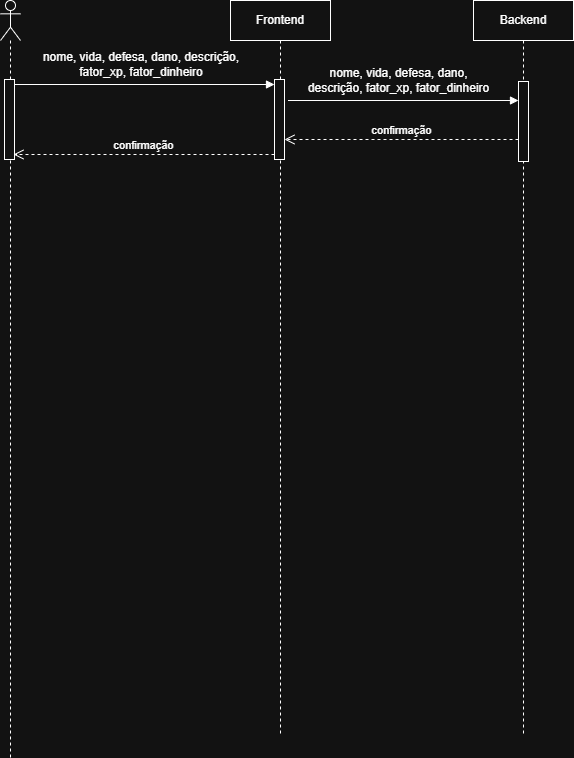
Earlier version of the draw.io export doc/diagramas/cadastro_de_inimigo.drawio.png (cp2-dc-info-projeto-final/safigames). Source tidied: cells renumbered, new cells last; positions are measured from the earlier drawing's top-left corner, leaving out a move shared by most shapes. Source of this version:
```xml
<mxGraphModel>
  <root>
    <mxCell id="0" />
    <mxCell id="1" parent="0" />
    <mxCell id="2" value="Frontend" style="shape=umlLifeline;perimeter=lifelinePerimeter;whiteSpace=wrap;html=1;newEdgeStyle={&quot;curved&quot;:0,&quot;rounded&quot;:0};" parent="1" vertex="1">
      <mxGeometry x="230" width="100" height="734" as="geometry" />
    </mxCell>
    <mxCell id="3" style="html=1;points=[[0,0,0,0,5],[0,1,0,0,-5],[1,0,0,0,5],[1,1,0,0,-5]];perimeter=orthogonalPerimeter;outlineConnect=0;targetShapes=umlLifeline;portConstraint=eastwest;newEdgeStyle={&quot;curved&quot;:0,&quot;rounded&quot;:0};" parent="2" vertex="1">
      <mxGeometry x="44" y="79" width="10" height="80" as="geometry" />
    </mxCell>
    <mxCell id="4" style="shape=umlLifeline;perimeter=lifelinePerimeter;whiteSpace=wrap;html=1;newEdgeStyle={&quot;curved&quot;:0,&quot;rounded&quot;:0};participant=umlActor;" parent="1" vertex="1">
      <mxGeometry width="20" height="757" as="geometry" />
    </mxCell>
    <mxCell id="5" style="html=1;points=[[0,0,0,0,5],[0,1,0,0,-5],[1,0,0,0,5],[1,1,0,0,-5]];perimeter=orthogonalPerimeter;outlineConnect=0;targetShapes=umlLifeline;portConstraint=eastwest;newEdgeStyle={&quot;curved&quot;:0,&quot;rounded&quot;:0};" parent="4" vertex="1">
      <mxGeometry x="4" y="79" width="10" height="80" as="geometry" />
    </mxCell>
    <mxCell id="6" value="Backend" style="shape=umlLifeline;perimeter=lifelinePerimeter;whiteSpace=wrap;html=1;newEdgeStyle={&quot;curved&quot;:0,&quot;rounded&quot;:0};" parent="1" vertex="1">
      <mxGeometry x="473" width="100" height="736" as="geometry" />
    </mxCell>
    <mxCell id="7" style="html=1;points=[[0,0,0,0,5],[0,1,0,0,-5],[1,0,0,0,5],[1,1,0,0,-5]];perimeter=orthogonalPerimeter;outlineConnect=0;targetShapes=umlLifeline;portConstraint=eastwest;newEdgeStyle={&quot;curved&quot;:0,&quot;rounded&quot;:0};" parent="6" vertex="1">
      <mxGeometry x="45" y="81" width="10" height="80" as="geometry" />
    </mxCell>
    <mxCell id="8" style="html=1;verticalAlign=bottom;endArrow=block;curved=0;rounded=0;entryX=0;entryY=0;entryDx=0;entryDy=5;exitX=1;exitY=0;exitDx=0;exitDy=5;exitPerimeter=0;" parent="1" edge="1" source="5" target="3">
      <mxGeometry relative="1" as="geometry" />
    </mxCell>
    <mxCell id="9" value="confirmação" style="html=1;verticalAlign=bottom;endArrow=open;dashed=1;endSize=8;curved=0;rounded=0;exitX=0;exitY=1;exitDx=0;exitDy=-5;" parent="1" edge="1" source="3">
      <mxGeometry relative="1" as="geometry">
        <mxPoint x="13" y="154" as="targetPoint" />
      </mxGeometry>
    </mxCell>
    <mxCell id="10" style="html=1;verticalAlign=bottom;endArrow=block;curved=0;rounded=0;" parent="1" edge="1" target="7">
      <mxGeometry relative="1" as="geometry">
        <mxPoint x="287.5" y="100" as="sourcePoint" />
      </mxGeometry>
    </mxCell>
    <mxCell id="11" value="confirmação" style="html=1;verticalAlign=bottom;endArrow=open;dashed=1;endSize=8;curved=0;rounded=0;" parent="1" edge="1" source="7">
      <mxGeometry relative="1" as="geometry">
        <mxPoint x="284" y="139" as="targetPoint" />
      </mxGeometry>
    </mxCell>
    <mxCell id="12" value="nome, vida, defesa, dano, descrição, fator_xp, fator_dinheiro" style="text;html=1;whiteSpace=wrap;strokeColor=none;fillColor=none;align=center;verticalAlign=middle;rounded=0;" parent="1" vertex="1">
      <mxGeometry x="23" y="49" width="236" height="30" as="geometry" />
    </mxCell>
    <mxCell id="13" value="&lt;span style=&quot;&quot;&gt;nome, vida, defesa, dano, descrição, fator_xp, fator_dinheiro&lt;/span&gt;" style="text;html=1;whiteSpace=wrap;strokeColor=none;fillColor=none;align=center;verticalAlign=middle;rounded=0;labelBackgroundColor=default;" parent="1" vertex="1">
      <mxGeometry x="304" y="65" width="189" height="30" as="geometry" />
    </mxCell>
  </root>
</mxGraphModel>
```
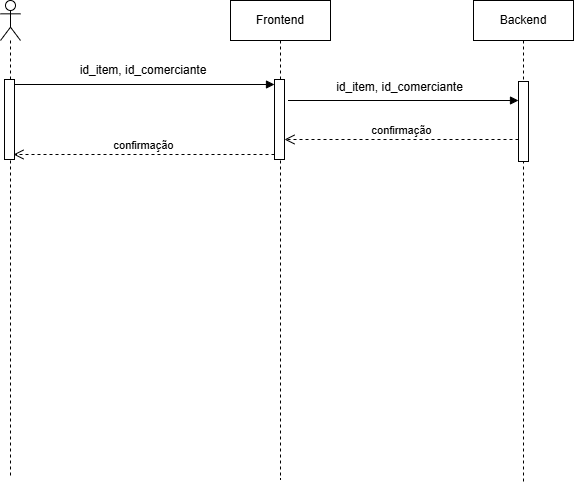
After the change.

Commit message:
adicionamos diagramas de sequência

Diff of the diagram source:
```diff
@@ -3,19 +3,19 @@
     <mxCell id="0" />
     <mxCell id="1" parent="0" />
     <mxCell id="2" value="Frontend" style="shape=umlLifeline;perimeter=lifelinePerimeter;whiteSpace=wrap;html=1;newEdgeStyle={&quot;curved&quot;:0,&quot;rounded&quot;:0};" parent="1" vertex="1">
-      <mxGeometry x="230" width="100" height="734" as="geometry" />
+      <mxGeometry x="230" width="100" height="479" as="geometry" />
     </mxCell>
     <mxCell id="3" style="html=1;points=[[0,0,0,0,5],[0,1,0,0,-5],[1,0,0,0,5],[1,1,0,0,-5]];perimeter=orthogonalPerimeter;outlineConnect=0;targetShapes=umlLifeline;portConstraint=eastwest;newEdgeStyle={&quot;curved&quot;:0,&quot;rounded&quot;:0};" parent="2" vertex="1">
       <mxGeometry x="44" y="79" width="10" height="80" as="geometry" />
     </mxCell>
     <mxCell id="4" style="shape=umlLifeline;perimeter=lifelinePerimeter;whiteSpace=wrap;html=1;newEdgeStyle={&quot;curved&quot;:0,&quot;rounded&quot;:0};participant=umlActor;" parent="1" vertex="1">
-      <mxGeometry width="20" height="757" as="geometry" />
+      <mxGeometry width="20" height="477" as="geometry" />
     </mxCell>
     <mxCell id="5" style="html=1;points=[[0,0,0,0,5],[0,1,0,0,-5],[1,0,0,0,5],[1,1,0,0,-5]];perimeter=orthogonalPerimeter;outlineConnect=0;targetShapes=umlLifeline;portConstraint=eastwest;newEdgeStyle={&quot;curved&quot;:0,&quot;rounded&quot;:0};" parent="4" vertex="1">
       <mxGeometry x="4" y="79" width="10" height="80" as="geometry" />
     </mxCell>
     <mxCell id="6" value="Backend" style="shape=umlLifeline;perimeter=lifelinePerimeter;whiteSpace=wrap;html=1;newEdgeStyle={&quot;curved&quot;:0,&quot;rounded&quot;:0};" parent="1" vertex="1">
-      <mxGeometry x="473" width="100" height="736" as="geometry" />
+      <mxGeometry x="473" width="100" height="482" as="geometry" />
     </mxCell>
     <mxCell id="7" style="html=1;points=[[0,0,0,0,5],[0,1,0,0,-5],[1,0,0,0,5],[1,1,0,0,-5]];perimeter=orthogonalPerimeter;outlineConnect=0;targetShapes=umlLifeline;portConstraint=eastwest;newEdgeStyle={&quot;curved&quot;:0,&quot;rounded&quot;:0};" parent="6" vertex="1">
       <mxGeometry x="45" y="81" width="10" height="80" as="geometry" />
@@ -38,11 +38,11 @@
         <mxPoint x="284" y="139" as="targetPoint" />
       </mxGeometry>
     </mxCell>
-    <mxCell id="12" value="nome, vida, defesa, dano, descrição, fator_xp, fator_dinheiro" style="text;html=1;whiteSpace=wrap;strokeColor=none;fillColor=none;align=center;verticalAlign=middle;rounded=0;" parent="1" vertex="1">
-      <mxGeometry x="23" y="49" width="236" height="30" as="geometry" />
+    <mxCell id="12" value="id_item, id_comerciante" style="text;html=1;whiteSpace=wrap;strokeColor=none;fillColor=none;align=center;verticalAlign=middle;rounded=0;" parent="1" vertex="1">
+      <mxGeometry x="25" y="55" width="236" height="30" as="geometry" />
     </mxCell>
-    <mxCell id="13" value="&lt;span style=&quot;&quot;&gt;nome, vida, defesa, dano, descrição, fator_xp, fator_dinheiro&lt;/span&gt;" style="text;html=1;whiteSpace=wrap;strokeColor=none;fillColor=none;align=center;verticalAlign=middle;rounded=0;labelBackgroundColor=default;" parent="1" vertex="1">
-      <mxGeometry x="304" y="65" width="189" height="30" as="geometry" />
+    <mxCell id="13" value="id_item, id_comerciante" style="text;html=1;whiteSpace=wrap;strokeColor=none;fillColor=none;align=center;verticalAlign=middle;rounded=0;labelBackgroundColor=none;" parent="1" vertex="1">
+      <mxGeometry x="305" y="72" width="189" height="30" as="geometry" />
     </mxCell>
   </root>
 </mxGraphModel>
```
